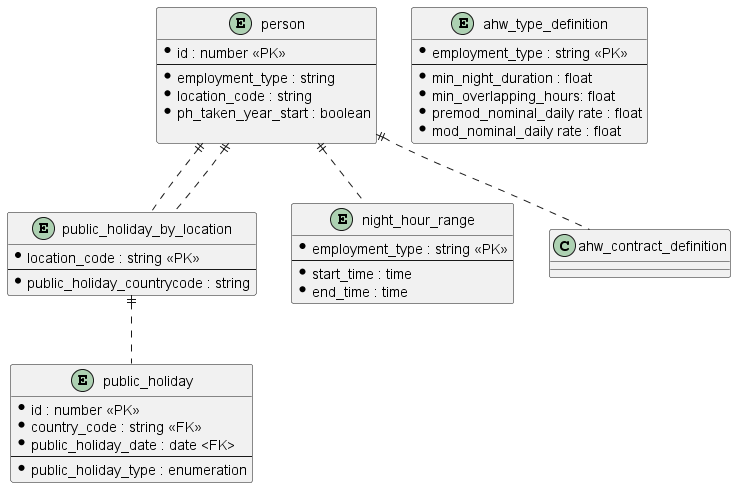
The PlantUML diagram docs/images/storage-model-ref-external.png in UKHomeOffice/callisto-accruals-restapi, before a commit.
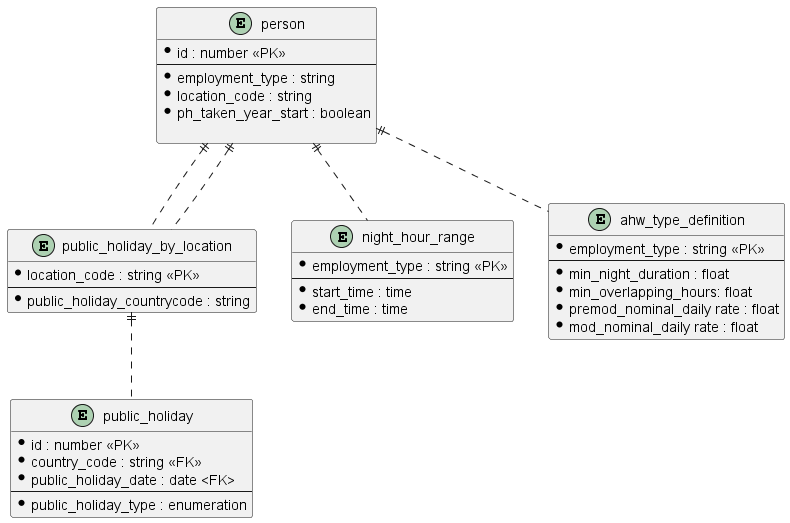
Above is the later version.

Commit message:
Add tolerance band definition

Diff of the diagram source:
```diff
@@ -46,6 +46,6 @@
   * mod_nominal_daily rate : float
 }
 
-person ||.. ahw_contract_definition
+person ||.. ahw_type_definition
 
 @enduml
```
